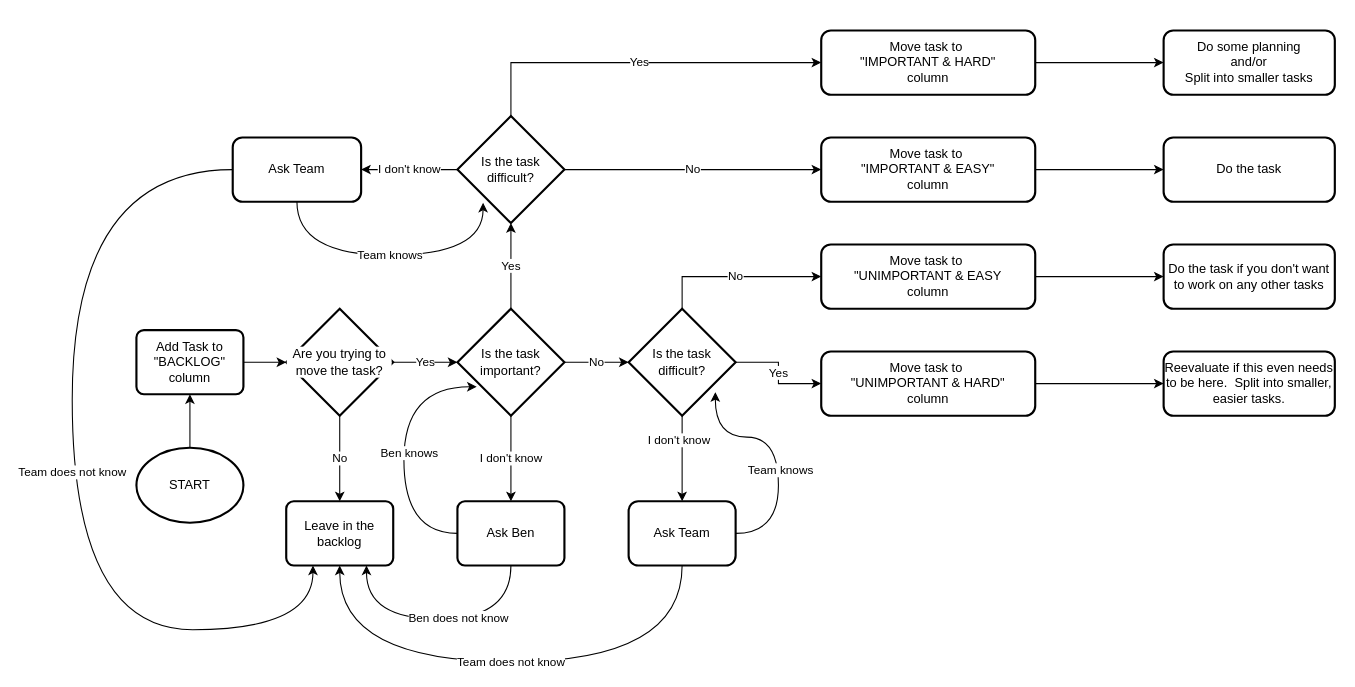
Above: Untitled Diagram.drawio in benabus/charts_and_notes (draw.io), before the change. Source tidied: cells renumbered, new cells numbered last; positions are measured from the earlier drawing's top-left corner, leaving out a move shared by most shapes. Both pictures are drawn from the tidied source at 107%, with x=0, y=0 at pixel (72, 30).
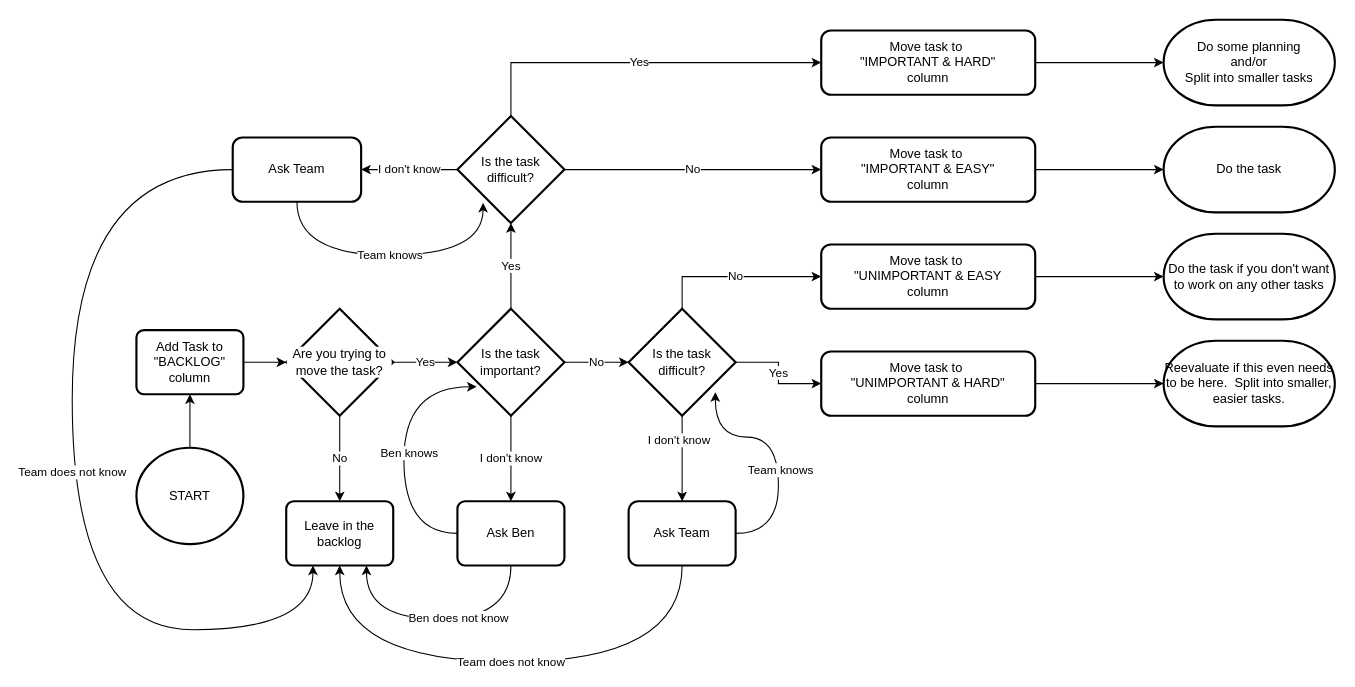
After the change.

Change to the diagram source:
```diff
@@
-    <mxCell id="3" value="START" style="strokeWidth=2;html=1;shape=mxgraph.flowchart.start_1;whiteSpace=wrap;" parent="1" vertex="1">
-      <mxGeometry x="60" y="390" width="100" height="70" as="geometry" />
+    <mxCell id="3" value="START" style="strokeWidth=2;html=1;shape=mxgraph.flowchart.start_2;whiteSpace=wrap;" parent="1" vertex="1">
+      <mxGeometry x="60" y="390" width="100" height="90" as="geometry" />
     </mxCell>
@@
-    <mxCell id="41" value="Do the task" style="rounded=1;whiteSpace=wrap;html=1;strokeWidth=2;" parent="1" vertex="1">
-      <mxGeometry x="1020" y="100" width="160" height="60" as="geometry" />
+    <mxCell id="41" value="Do the task" style="rounded=1;whiteSpace=wrap;html=1;strokeWidth=2;shape=mxgraph.flowchart.terminator;" parent="1" vertex="1">
+      <mxGeometry x="1020" y="90" width="160" height="80" as="geometry" />
     </mxCell>
-    <mxCell id="42" value="&lt;div&gt;Do some planning&lt;/div&gt;&lt;div&gt;and/or&lt;br&gt;&lt;/div&gt;&lt;div&gt;Split into smaller tasks&lt;br&gt;&lt;/div&gt;" style="rounded=1;whiteSpace=wrap;html=1;strokeWidth=2;" parent="1" vertex="1">
-      <mxGeometry x="1020" width="160" height="60" as="geometry" />
+    <mxCell id="42" value="&lt;div&gt;Do some planning&lt;/div&gt;&lt;div&gt;and/or&lt;br&gt;&lt;/div&gt;&lt;div&gt;Split into smaller tasks&lt;br&gt;&lt;/div&gt;" style="rounded=1;whiteSpace=wrap;html=1;strokeWidth=2;shape=mxgraph.flowchart.terminator;" parent="1" vertex="1">
+      <mxGeometry x="1020" y="-10" width="160" height="80" as="geometry" />
     </mxCell>
-    <mxCell id="43" value="Do the task if you don't want to work on any other tasks" style="rounded=1;whiteSpace=wrap;html=1;strokeWidth=2;" parent="1" vertex="1">
-      <mxGeometry x="1020" y="200" width="160" height="60" as="geometry" />
+    <mxCell id="43" value="Do the task if you don't want to work on any other tasks" style="rounded=1;whiteSpace=wrap;html=1;strokeWidth=2;shape=mxgraph.flowchart.terminator;" parent="1" vertex="1">
+      <mxGeometry x="1020" y="190" width="160" height="80" as="geometry" />
     </mxCell>
-    <mxCell id="44" value="Reevaluate if this even needs to be here.&amp;nbsp; Split into smaller, easier tasks." style="rounded=1;whiteSpace=wrap;html=1;strokeWidth=2;" parent="1" vertex="1">
-      <mxGeometry x="1020" y="300" width="160" height="60" as="geometry" />
+    <mxCell id="44" value="Reevaluate if this even needs to be here.&amp;nbsp; Split into smaller, easier tasks." style="rounded=1;whiteSpace=wrap;html=1;strokeWidth=2;shape=mxgraph.flowchart.terminator;" parent="1" vertex="1">
+      <mxGeometry x="1020" y="290" width="160" height="80" as="geometry" />
     </mxCell>
```
